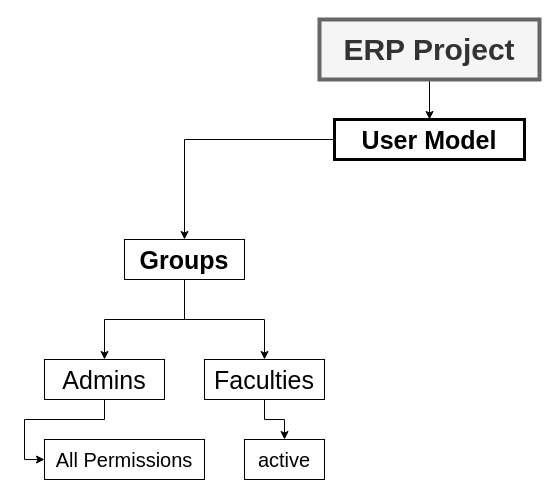
The draw.io diagram User Model.drawio in spriyanshu245/erp_project, before the edit. Source tidied: cells renumbered, new cells numbered last; positions are measured from the earlier drawing's top-left corner, leaving out a move shared by most shapes. Both pictures are drawn from the tidied source at 100%, with x=0, y=0 at pixel (44, 19).
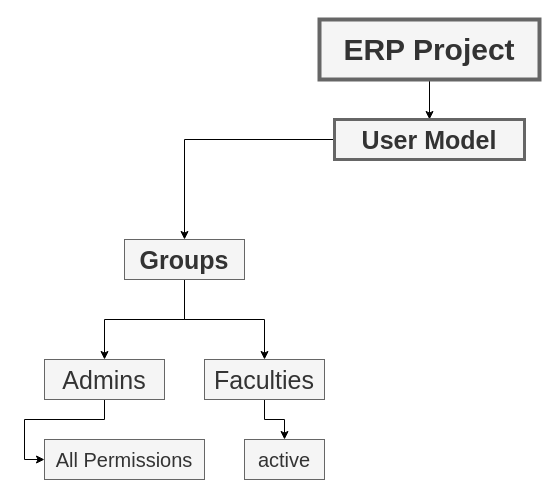
The same page after the edit.

Change to the diagram source:
```diff
@@
 <mxGraphModel>
   <root>
     <mxCell id="0" />
     <mxCell id="1" parent="0" />
     <mxCell id="2" style="edgeStyle=orthogonalEdgeStyle;rounded=0;jettySize=auto;html=1;entryX=0.5;entryY=0;entryDx=0;entryDy=0;" parent="1" edge="1" source="3" target="5">
       <mxGeometry relative="1" as="geometry" />
     </mxCell>
     <mxCell id="3" value="&lt;font style=&quot;font-size: 30px&quot;&gt;&lt;b&gt;ERP Project&lt;br&gt;&lt;/b&gt;&lt;/font&gt;" style="text;html=1;align=center;verticalAlign=middle;whiteSpace=wrap;rounded=0;fillColor=#f5f5f5;strokeColor=#666666;fontColor=#333333;strokeWidth=4;" parent="1" vertex="1">
       <mxGeometry x="275" width="220" height="60" as="geometry" />
     </mxCell>
     <mxCell id="4" style="edgeStyle=orthogonalEdgeStyle;rounded=0;jettySize=auto;html=1;entryX=0.5;entryY=0;entryDx=0;entryDy=0;" parent="1" edge="1" source="5" target="8">
       <mxGeometry relative="1" as="geometry" />
     </mxCell>
-    <mxCell id="5" value="&lt;b&gt;&lt;font style=&quot;font-size: 25px&quot;&gt;User Model&lt;br&gt;&lt;/font&gt;&lt;/b&gt;" style="text;html=1;align=center;verticalAlign=middle;whiteSpace=wrap;rounded=0;strokeWidth=3;strokeColor=#000000;" parent="1" vertex="1">
+    <mxCell id="5" value="&lt;b&gt;&lt;font style=&quot;font-size: 25px&quot;&gt;User Model&lt;br&gt;&lt;/font&gt;&lt;/b&gt;" style="text;html=1;align=center;verticalAlign=middle;whiteSpace=wrap;rounded=0;strokeWidth=3;fillColor=#f5f5f5;strokeColor=#666666;fontColor=#333333;" parent="1" vertex="1">
       <mxGeometry x="290" y="100" width="190" height="40" as="geometry" />
     </mxCell>
     <mxCell id="6" style="edgeStyle=orthogonalEdgeStyle;rounded=0;jettySize=auto;html=1;entryX=0.5;entryY=0;entryDx=0;entryDy=0;" parent="1" edge="1" source="8" target="10">
       <mxGeometry relative="1" as="geometry" />
     </mxCell>
     <mxCell id="7" style="edgeStyle=orthogonalEdgeStyle;rounded=0;jettySize=auto;html=1;entryX=0.5;entryY=0;entryDx=0;entryDy=0;" parent="1" edge="1" source="8" target="12">
       <mxGeometry relative="1" as="geometry" />
     </mxCell>
-    <mxCell id="8" value="&lt;font style=&quot;font-size: 25px&quot;&gt;&lt;b&gt;Groups&lt;/b&gt;&lt;/font&gt;" style="text;html=1;fillColor=none;align=center;verticalAlign=middle;whiteSpace=wrap;rounded=0;strokeColor=#000000;" parent="1" vertex="1">
+    <mxCell id="8" value="&lt;font style=&quot;font-size: 25px&quot;&gt;&lt;b&gt;Groups&lt;/b&gt;&lt;/font&gt;" style="text;html=1;align=center;verticalAlign=middle;whiteSpace=wrap;rounded=0;fillColor=#f5f5f5;strokeColor=#666666;fontColor=#333333;" parent="1" vertex="1">
       <mxGeometry x="80" y="220" width="120" height="40" as="geometry" />
     </mxCell>
     <mxCell id="9" style="edgeStyle=orthogonalEdgeStyle;rounded=0;jettySize=auto;html=1;entryX=0;entryY=0.5;entryDx=0;entryDy=0;" parent="1" edge="1" source="10" target="13">
       <mxGeometry relative="1" as="geometry" />
     </mxCell>
-    <mxCell id="10" value="&lt;font style=&quot;font-size: 25px&quot;&gt;Admins&lt;/font&gt;" style="text;html=1;fillColor=none;align=center;verticalAlign=middle;whiteSpace=wrap;rounded=0;strokeColor=#000000;" parent="1" vertex="1">
+    <mxCell id="10" value="&lt;font style=&quot;font-size: 25px&quot;&gt;Admins&lt;/font&gt;" style="text;html=1;fillColor=#f5f5f5;align=center;verticalAlign=middle;whiteSpace=wrap;rounded=0;strokeColor=#666666;fontColor=#333333;" parent="1" vertex="1">
       <mxGeometry y="340" width="120" height="40" as="geometry" />
     </mxCell>
     <mxCell id="11" style="edgeStyle=orthogonalEdgeStyle;rounded=0;jettySize=auto;html=1;entryX=0.5;entryY=0;entryDx=0;entryDy=0;" parent="1" edge="1" source="12" target="14">
       <mxGeometry relative="1" as="geometry" />
     </mxCell>
-    <mxCell id="12" value="&lt;font style=&quot;font-size: 25px&quot;&gt;Faculties&lt;/font&gt;" style="text;html=1;fillColor=none;align=center;verticalAlign=middle;whiteSpace=wrap;rounded=0;strokeColor=#000000;strokeWidth=1;" parent="1" vertex="1">
+    <mxCell id="12" value="&lt;font style=&quot;font-size: 25px&quot;&gt;Faculties&lt;/font&gt;" style="text;html=1;fillColor=#f5f5f5;align=center;verticalAlign=middle;whiteSpace=wrap;rounded=0;strokeColor=#666666;strokeWidth=1;fontColor=#333333;" parent="1" vertex="1">
       <mxGeometry x="160" y="340" width="120" height="40" as="geometry" />
     </mxCell>
-    <mxCell id="13" value="&lt;font style=&quot;font-size: 20px&quot;&gt;All Permissions&lt;/font&gt;" style="text;html=1;fillColor=none;align=center;verticalAlign=middle;whiteSpace=wrap;rounded=0;strokeColor=#000000;strokeWidth=1;" parent="1" vertex="1">
+    <mxCell id="13" value="&lt;font style=&quot;font-size: 20px&quot;&gt;All Permissions&lt;/font&gt;" style="text;html=1;align=center;verticalAlign=middle;whiteSpace=wrap;rounded=0;strokeWidth=1;fillColor=#f5f5f5;strokeColor=#666666;fontColor=#333333;" parent="1" vertex="1">
       <mxGeometry y="420" width="160" height="40" as="geometry" />
     </mxCell>
-    <mxCell id="14" value="&lt;font style=&quot;font-size: 20px&quot;&gt;active&lt;/font&gt;" style="text;html=1;fillColor=none;align=center;verticalAlign=middle;whiteSpace=wrap;rounded=0;strokeColor=#000000;strokeWidth=1;" parent="1" vertex="1">
+    <mxCell id="14" value="&lt;font style=&quot;font-size: 20px&quot;&gt;active&lt;/font&gt;" style="text;html=1;align=center;verticalAlign=middle;whiteSpace=wrap;rounded=0;strokeColor=#666666;strokeWidth=1;fillColor=#f5f5f5;fontColor=#333333;" parent="1" vertex="1">
       <mxGeometry x="200" y="420" width="80" height="40" as="geometry" />
     </mxCell>
   </root>
 </mxGraphModel>
```
